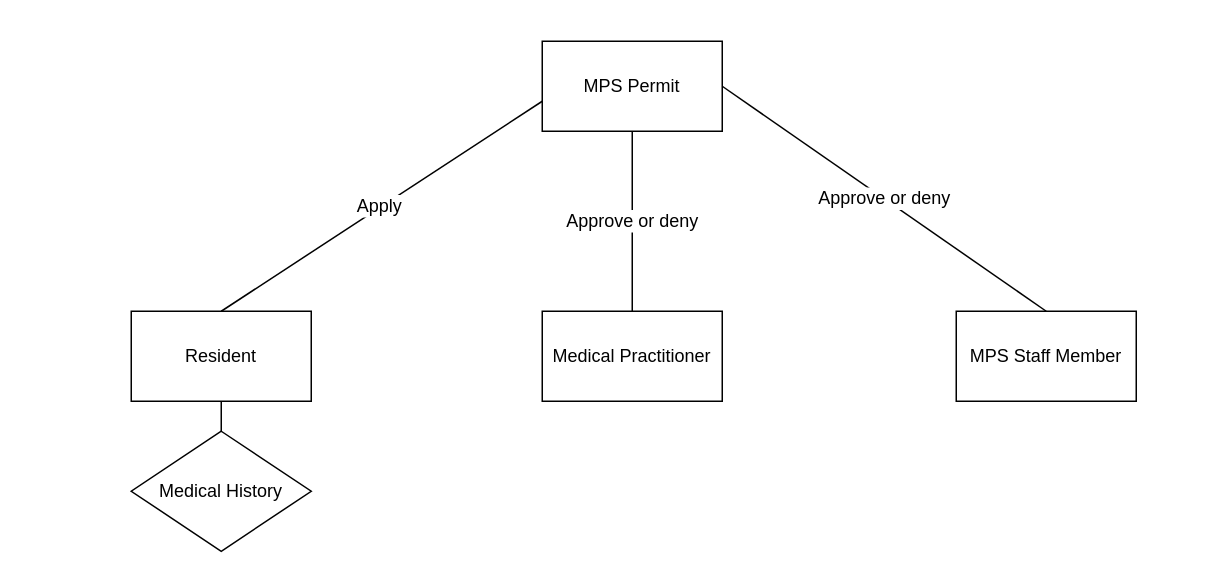
Before: CaseStudy1.drawio in MysaQ1/MysaQ1, a draw.io diagram. Source tidied: cells renumbered, new cells numbered last; positions are measured from the earlier drawing's top-left corner, leaving out a move shared by most shapes. Both pictures are drawn from the tidied source at 150%, with x=0, y=0 at pixel (130, 40).
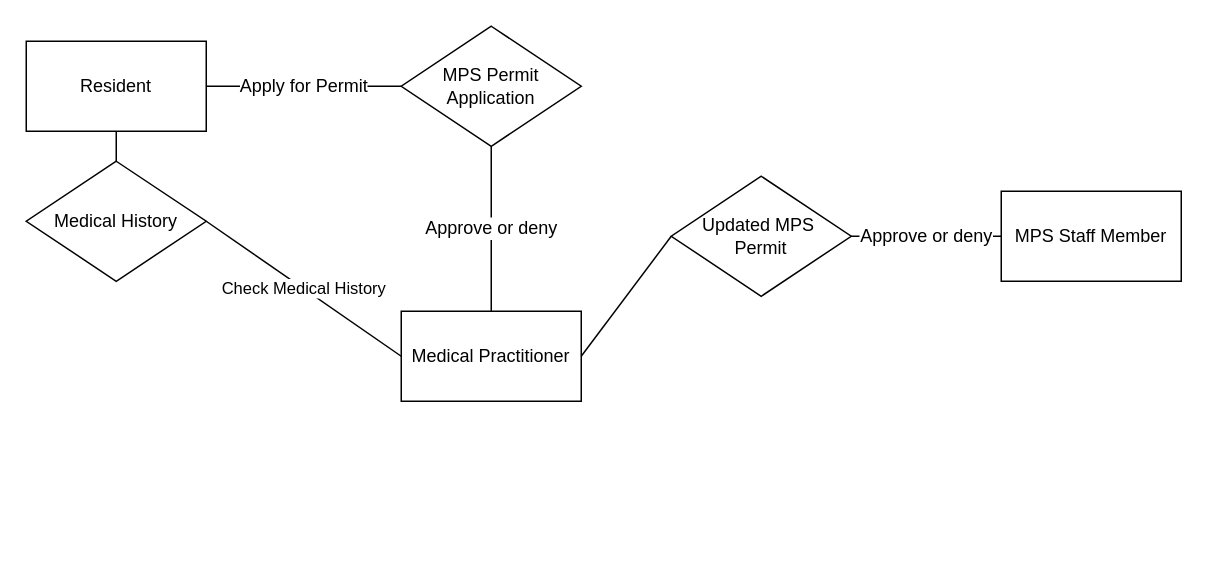
The same page after the edit.

Diff of the diagram source:
```diff
@@
 <mxGraphModel>
   <root>
     <mxCell id="0" />
     <mxCell id="1" parent="0" />
     <mxCell id="2" value="Resident" style="rounded=0;whiteSpace=wrap;html=1;" parent="1" vertex="1">
-      <mxGeometry y="180" width="120" height="60" as="geometry" />
+      <mxGeometry x="-70" width="120" height="60" as="geometry" />
     </mxCell>
     <mxCell id="3" value="Medical Practitioner" style="rounded=0;whiteSpace=wrap;html=1;" parent="1" vertex="1">
-      <mxGeometry x="274" y="180" width="120" height="60" as="geometry" />
+      <mxGeometry x="180" y="180" width="120" height="60" as="geometry" />
     </mxCell>
     <mxCell id="4" value="MPS Staff Member" style="rounded=0;whiteSpace=wrap;html=1;" parent="1" vertex="1">
-      <mxGeometry x="550" y="180" width="120" height="60" as="geometry" />
+      <mxGeometry x="580" y="100" width="120" height="60" as="geometry" />
     </mxCell>
-    <mxCell id="5" value="MPS Permit" style="rounded=0;whiteSpace=wrap;html=1;" parent="1" vertex="1">
-      <mxGeometry x="274" width="120" height="60" as="geometry" />
-    </mxCell>
-    <mxCell id="6" value="Apply&amp;nbsp;" style="endArrow=none;html=1;rounded=0;fontSize=12;startSize=8;endSize=8;curved=1;exitX=0.5;exitY=0;exitDx=0;exitDy=0;" parent="1" edge="1" source="2">
-      <mxGeometry relative="1" as="geometry">
-        <mxPoint x="274" y="40" as="targetPoint" />
-      </mxGeometry>
+    <mxCell id="6" value="Apply for Permit" style="endArrow=none;html=1;rounded=0;fontSize=12;startSize=8;endSize=8;curved=1;exitX=1;exitY=0.5;exitDx=0;exitDy=0;entryX=0;entryY=0.5;entryDx=0;entryDy=0;" parent="1" edge="1" source="2" target="13">
+      <mxGeometry relative="1" as="geometry" />
     </mxCell>
-    <mxCell id="7" value="Approve or deny" style="endArrow=none;html=1;rounded=0;fontSize=12;startSize=8;endSize=8;curved=1;exitX=0.5;exitY=0;exitDx=0;exitDy=0;entryX=0.5;entryY=1;entryDx=0;entryDy=0;" parent="1" edge="1" source="3" target="5">
+    <mxCell id="7" value="Approve or deny" style="endArrow=none;html=1;rounded=0;fontSize=12;startSize=8;endSize=8;curved=1;exitX=0.5;exitY=0;exitDx=0;exitDy=0;entryX=0.5;entryY=1;entryDx=0;entryDy=0;" parent="1" edge="1" source="3" target="13">
       <mxGeometry relative="1" as="geometry" />
     </mxCell>
-    <mxCell id="8" value="Approve or deny" style="endArrow=none;html=1;rounded=0;fontSize=12;startSize=8;endSize=8;curved=1;entryX=0.5;entryY=0;entryDx=0;entryDy=0;exitX=1;exitY=0.5;exitDx=0;exitDy=0;" parent="1" edge="1" source="5" target="4">
+    <mxCell id="8" value="Approve or deny" style="endArrow=none;html=1;rounded=0;fontSize=12;startSize=8;endSize=8;curved=1;entryX=0;entryY=0.5;entryDx=0;entryDy=0;exitX=1;exitY=0.5;exitDx=0;exitDy=0;" parent="1" edge="1" source="14" target="4">
       <mxGeometry relative="1" as="geometry" />
     </mxCell>
     <mxCell id="9" value="Medical History" style="rhombus;whiteSpace=wrap;html=1;" parent="1" vertex="1">
-      <mxGeometry y="260" width="120" height="80" as="geometry" />
+      <mxGeometry x="-70" y="80" width="120" height="80" as="geometry" />
     </mxCell>
-    <mxCell id="10" style="endArrow=none;html=1;rounded=0;fontSize=12;startSize=8;endSize=8;curved=1;exitX=0.5;exitY=0;exitDx=0;exitDy=0;" parent="1" edge="1" source="9">
-      <mxGeometry relative="1" as="geometry">
-        <mxPoint x="60" y="240" as="targetPoint" />
-      </mxGeometry>
+    <mxCell id="10" style="endArrow=none;html=1;rounded=0;fontSize=12;startSize=8;endSize=8;curved=1;exitX=0.5;exitY=0;exitDx=0;exitDy=0;entryX=0.5;entryY=1;entryDx=0;entryDy=0;" parent="1" edge="1" source="9" target="2">
+      <mxGeometry relative="1" as="geometry" />
     </mxCell>
+    <mxCell id="11" value="Check Medical History" style="endArrow=none;html=1;rounded=0;exitX=1;exitY=0.5;exitDx=0;exitDy=0;entryX=0;entryY=0.5;entryDx=0;entryDy=0;" parent="1" edge="1" source="9" target="3">
+      <mxGeometry relative="1" as="geometry" />
+    </mxCell>
+    <mxCell id="12" style="endArrow=none;html=1;rounded=0;exitX=1;exitY=0.5;exitDx=0;exitDy=0;entryX=0;entryY=0.5;entryDx=0;entryDy=0;" parent="1" edge="1" source="3" target="14">
+      <mxGeometry relative="1" as="geometry" />
+    </mxCell>
+    <mxCell id="13" value="MPS Permit Application" style="rhombus;whiteSpace=wrap;html=1;" parent="1" vertex="1">
+      <mxGeometry x="180" y="-10" width="120" height="80" as="geometry" />
+    </mxCell>
+    <mxCell id="14" value="Updated MPS&amp;nbsp;&lt;div&gt;Permit&lt;/div&gt;" style="rhombus;whiteSpace=wrap;html=1;" parent="1" vertex="1">
+      <mxGeometry x="360" y="90" width="120" height="80" as="geometry" />
+    </mxCell>
   </root>
 </mxGraphModel>
```
